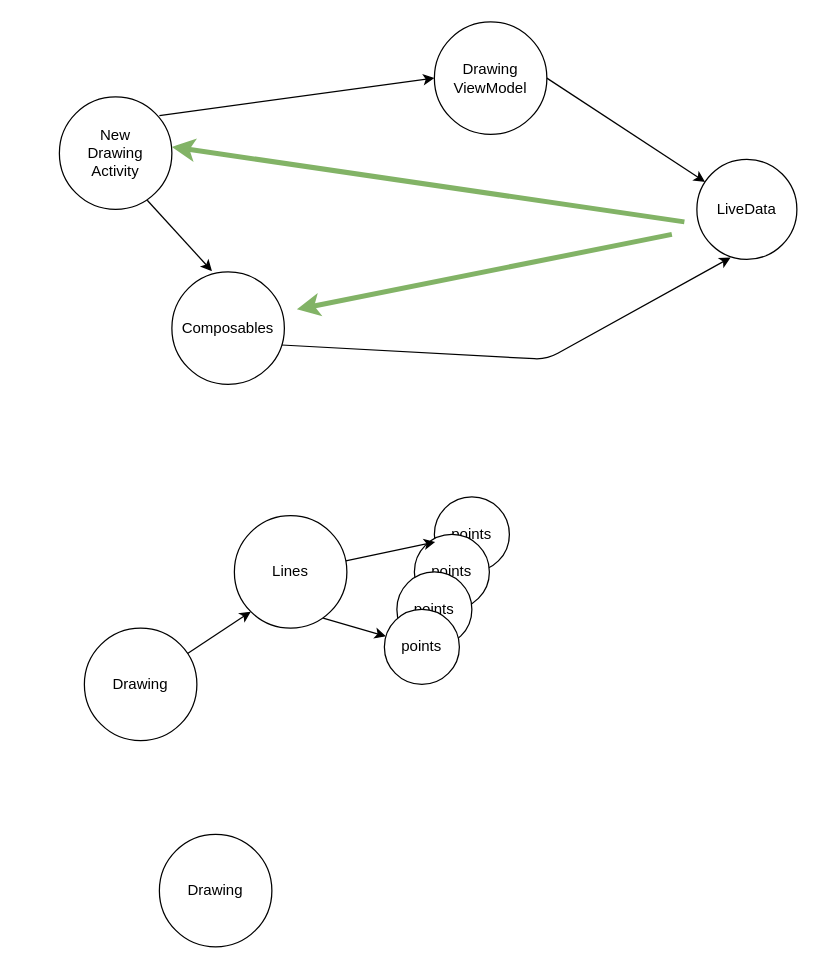
Before: page "Video 3" (3 of 3) of Series/Building_DRAG_forAndroid/sessions/whiteboard.drawio in palbp/sempre_a_codar, a draw.io diagram. Source tidied: cells renumbered, new cells numbered last; positions are measured from the earlier drawing's top-left corner, leaving out a move shared by most shapes. Both pictures are drawn from the tidied source at 125%, with x=0, y=0 at pixel (59, 21).
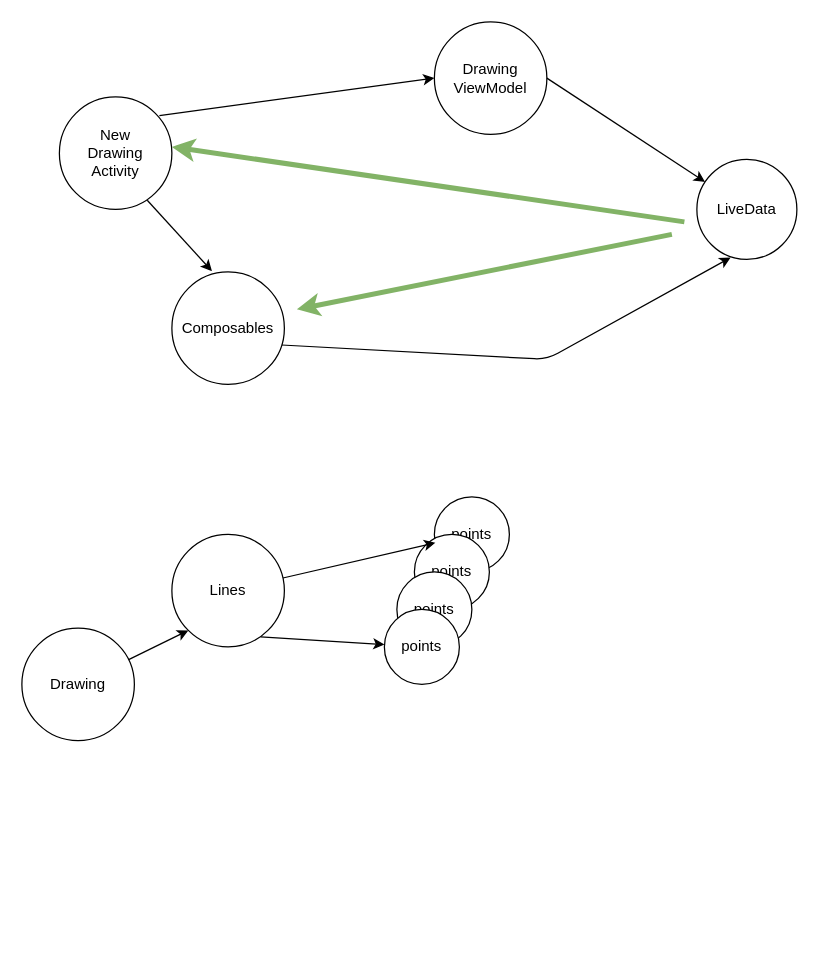
The same page after the edit.

Commit message (it also covers changes not shown here):
Removes legacy drawing screen implementation

The edit, as a diff of the source:
```diff
@@
     <mxCell id="12" value="Drawing" style="ellipse;whiteSpace=wrap;html=1;" parent="1" vertex="1">
-      <mxGeometry x="20" y="485" width="90" height="90" as="geometry" />
+      <mxGeometry x="-30" y="485" width="90" height="90" as="geometry" />
     </mxCell>
     <mxCell id="13" value="Lines" style="ellipse;whiteSpace=wrap;html=1;" parent="1" vertex="1">
-      <mxGeometry x="140" y="395" width="90" height="90" as="geometry" />
+      <mxGeometry x="90" y="410" width="90" height="90" as="geometry" />
     </mxCell>
@@
-    <mxCell id="21" value="Drawing" style="ellipse;whiteSpace=wrap;html=1;" parent="1" vertex="1">
-      <mxGeometry x="80" y="650" width="90" height="90" as="geometry" />
-    </mxCell>
```
